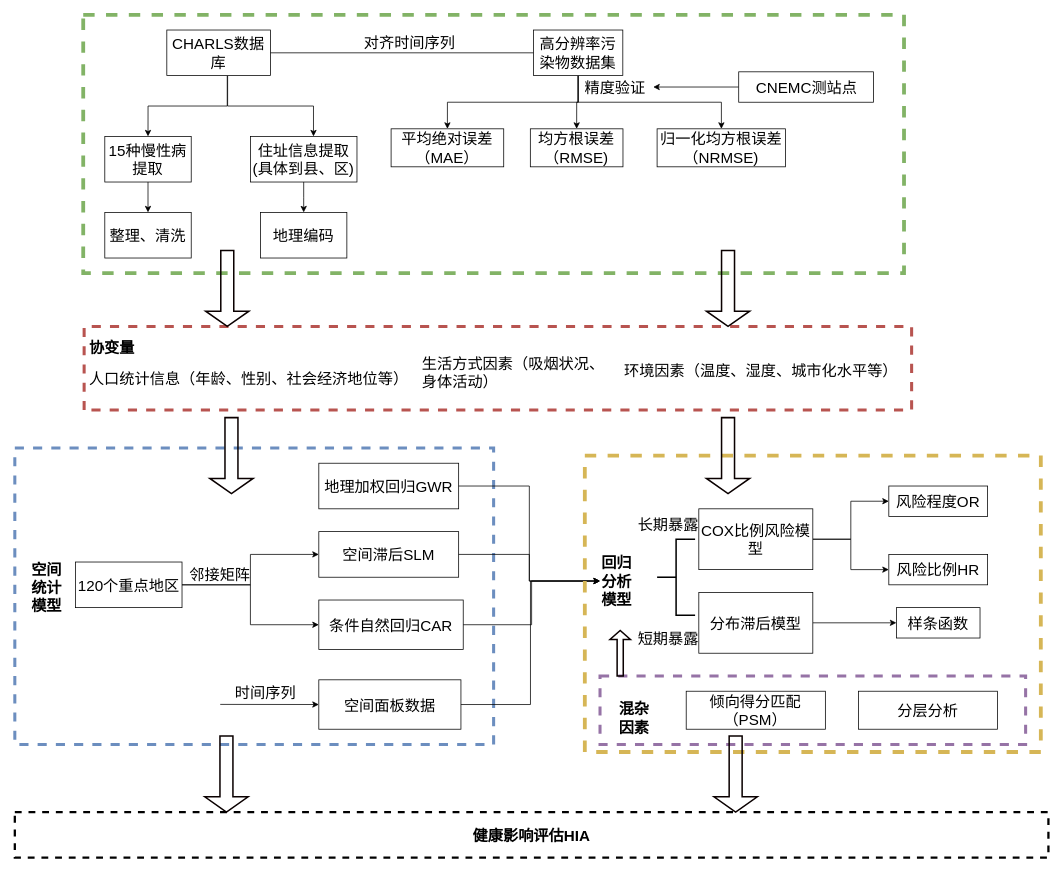
The draw.io diagram page "第 1 页" (1 of 2) of all/技术路线.drawio in 1059363121/iodraw-files, before the edit. Source tidied: cells renumbered, new cells numbered last; positions are measured from the earlier drawing's top-left corner, leaving out a move shared by most shapes. Both pictures are drawn from the tidied source at 76%, with x=0, y=0 at pixel (14, -46).
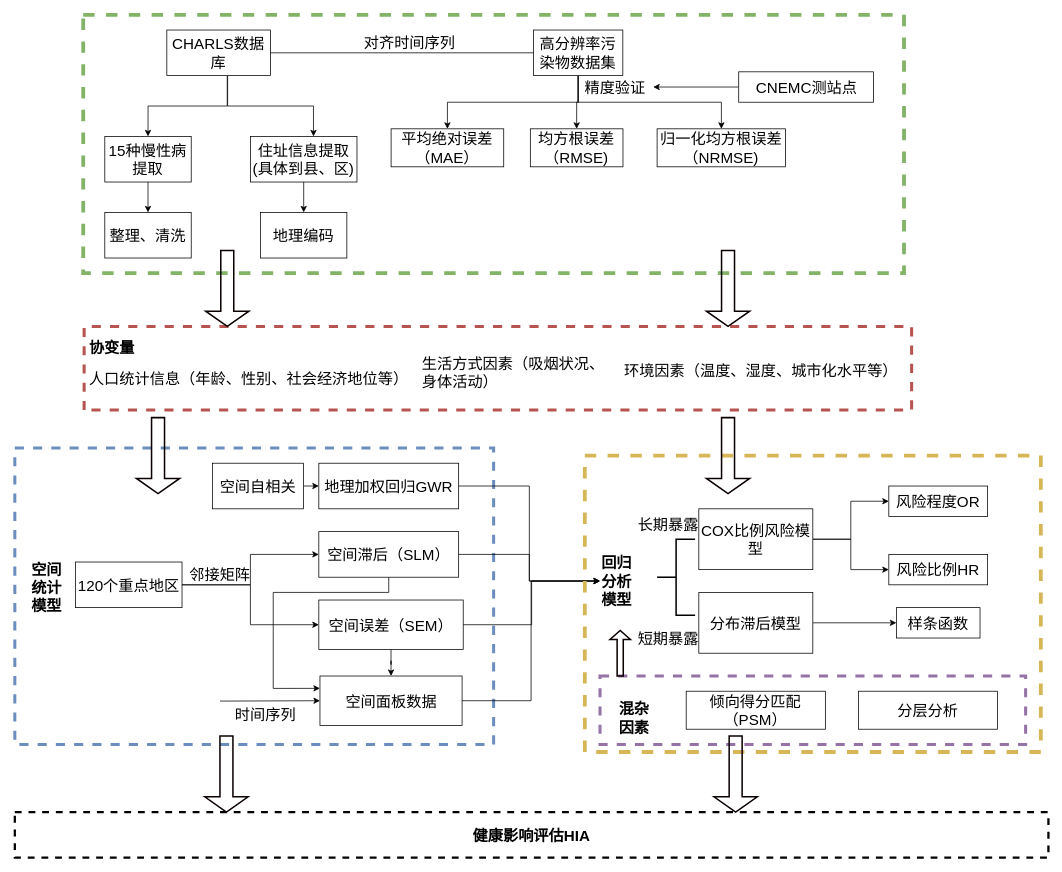
The same diagram, later.

Commit message:
更新技术路线.drawio

Unchanged cells that the change refers to:
```xml
<mxCell id="2" style="group;fillColor=none;fontSize=20;" parent="1" vertex="1">
  <mxGeometry y="649" width="630" height="390" as="geometry" />
</mxCell>
<mxCell id="3" style="rounded=0;whiteSpace=wrap;dashed=1;fillColor=none;strokeColor=#6c8ebf;fontSize=20;strokeWidth=4;" parent="2" vertex="1">
  <mxGeometry width="630" height="390" as="geometry" />
</mxCell>
<mxCell id="4" value="地理加权回归GWR" style="whiteSpace=wrap;fontSize=20;" parent="2" vertex="1">
  <mxGeometry x="400" y="20" width="184" height="60" as="geometry" />
</mxCell>
```

What changed in the source:
```diff
@@
+    <mxCell id="73" style="edgeStyle=orthogonalEdgeStyle;rounded=0;jettySize=auto;html=1;exitX=0.5;exitY=1;exitDx=0;exitDy=0;" parent="2" edge="1" source="5" target="6">
+      <mxGeometry relative="1" as="geometry" />
+    </mxCell>
-    <mxCell id="5" value="条件自然回归CAR" style="whiteSpace=wrap;strokeColor=default;align=center;verticalAlign=middle;fontFamily=Helvetica;fontSize=20;fontColor=default;fillColor=default;" parent="2" vertex="1">
+    <mxCell id="5" value="空间误差（SEM）" style="whiteSpace=wrap;strokeColor=default;align=center;verticalAlign=middle;fontFamily=Helvetica;fontSize=20;fontColor=default;fillColor=default;" parent="2" vertex="1">
       <mxGeometry x="400" y="200" width="190" height="65" as="geometry" />
     </mxCell>
     <mxCell id="6" value="空间面板数据" style="whiteSpace=wrap;fontSize=20;" parent="2" vertex="1">
-      <mxGeometry x="400" y="305" width="187" height="65" as="geometry" />
+      <mxGeometry x="401.5" y="300" width="187" height="65" as="geometry" />
     </mxCell>
@@
+    <mxCell id="74" style="edgeStyle=orthogonalEdgeStyle;rounded=0;jettySize=auto;html=1;exitX=0.5;exitY=1;exitDx=0;exitDy=0;entryX=0;entryY=0.25;entryDx=0;entryDy=0;" parent="2" edge="1" source="11" target="6">
+      <mxGeometry relative="1" as="geometry">
+        <Array as="points">
+          <mxPoint x="492" y="190" />
+          <mxPoint x="340" y="190" />
+          <mxPoint x="340" y="316" />
+        </Array>
+      </mxGeometry>
+    </mxCell>
-    <mxCell id="11" value="空间滞后SLM" style="whiteSpace=wrap;fontSize=20;" parent="2" vertex="1">
+    <mxCell id="11" value="空间滞后（SLM）" style="whiteSpace=wrap;fontSize=20;" parent="2" vertex="1">
       <mxGeometry x="400" y="110" width="184" height="60" as="geometry" />
     </mxCell>
-    <mxCell id="12" style="endArrow=classic;rounded=0;entryX=0;entryY=0.5;entryDx=0;entryDy=0;fontSize=20;exitX=0.429;exitY=0.865;exitDx=0;exitDy=0;exitPerimeter=0;" parent="2" edge="1" source="3" target="6">
-      <mxGeometry relative="1" as="geometry" />
+    <mxCell id="12" style="endArrow=classic;rounded=0;entryX=0;entryY=0.5;entryDx=0;entryDy=0;fontSize=20;" parent="2" edge="1" target="6">
+      <mxGeometry relative="1" as="geometry">
+        <mxPoint x="270" y="333" as="sourcePoint" />
+      </mxGeometry>
     </mxCell>
     <mxCell id="13" value="时间序列" style="text;align=center;verticalAlign=middle;strokeColor=none;fillColor=none;fontSize=20;" parent="2" vertex="1">
-      <mxGeometry x="280" y="300" width="100" height="40" as="geometry" />
+      <mxGeometry x="280" y="330" width="100" height="40" as="geometry" />
     </mxCell>
@@
-    <mxCell id="15" style="shape=singleArrow;direction=south;whiteSpace=wrap;fillColor=none;strokeColor=#0A0000;fontSize=20;strokeWidth=2;" parent="2" vertex="1">
-      <mxGeometry x="256.6" y="-40" width="56.9" height="100" as="geometry" />
-    </mxCell>
+    <mxCell id="75" style="edgeStyle=orthogonalEdgeStyle;rounded=0;jettySize=auto;html=1;exitX=1;exitY=0.5;exitDx=0;exitDy=0;entryX=0;entryY=0.5;entryDx=0;entryDy=0;" parent="2" edge="1" source="76" target="4">
+      <mxGeometry relative="1" as="geometry" />
+    </mxCell>
+    <mxCell id="76" value="&lt;font style=&quot;font-size: 20px;&quot;&gt;空间自相关&lt;/font&gt;" style="rounded=0;whiteSpace=wrap;html=1;" parent="2" vertex="1">
+      <mxGeometry x="260" y="20" width="120" height="60" as="geometry" />
+    </mxCell>
@@
+    <mxCell id="15" style="shape=singleArrow;direction=south;whiteSpace=wrap;fillColor=none;strokeColor=#0A0000;fontSize=20;strokeWidth=2;" parent="1" vertex="1">
+      <mxGeometry x="160" y="609" width="56.9" height="100" as="geometry" />
+    </mxCell>
```
